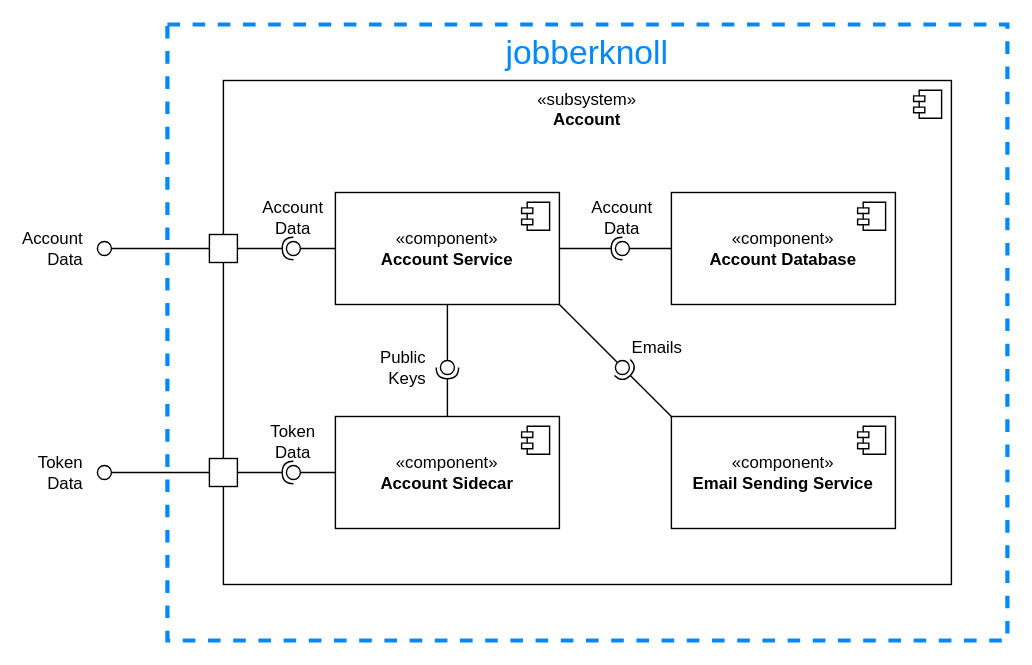
Before: documentation/course/e2/images/component-diagram-jobberknoll.drawio.svg, a diagram exported from draw.io (PWR-ACS-SE-24/SoftwareSystemDesign). Source tidied: cells renumbered, new cells last; positions are measured from the earlier drawing's top-left corner, leaving out a move shared by most shapes.
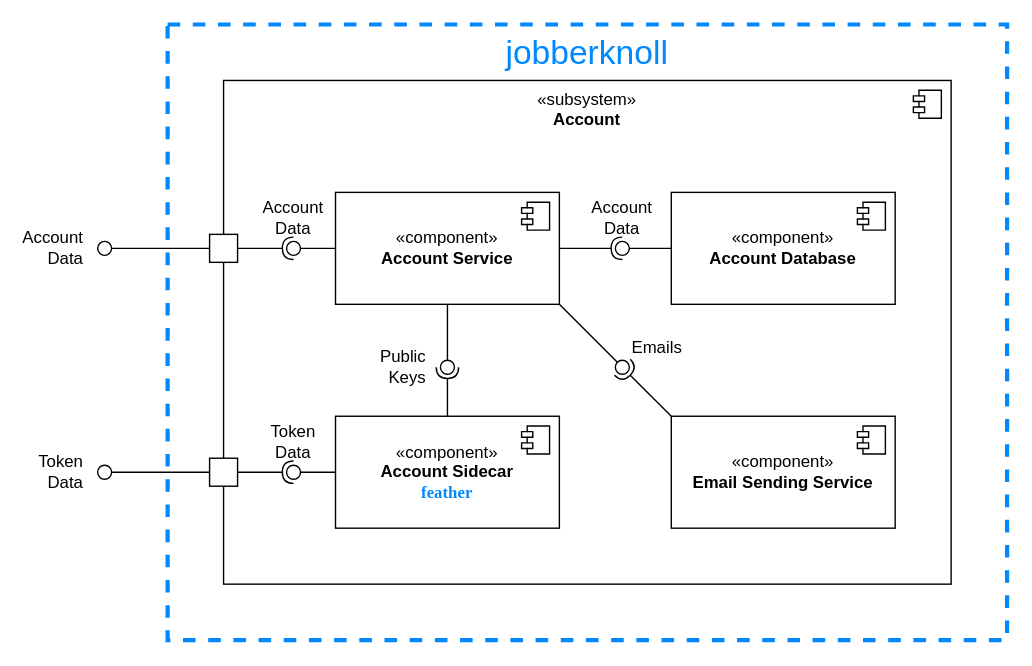
Later version of the same file.

Change to the diagram source:
```diff
@@ -29,7 +29,7 @@
         <mxPoint x="-27" y="7" as="offset" />
       </mxGeometry>
     </mxCell>
-    <mxCell id="9" value="&lt;div&gt;«component»&lt;/div&gt;&lt;div&gt;&lt;b&gt;Account Sidecar&lt;/b&gt;&lt;br&gt;&lt;/div&gt;" style="html=1;whiteSpace=wrap;" parent="1" vertex="1">
+    <mxCell id="9" value="&lt;div&gt;«component»&lt;/div&gt;&lt;div&gt;&lt;b&gt;Account Sidecar&lt;br&gt;&lt;/b&gt;&lt;font color=&quot;#0088ff&quot; face=&quot;Lucida Console&quot;&gt;&lt;b&gt;feather&lt;/b&gt;&lt;/font&gt;&lt;/div&gt;" style="html=1;whiteSpace=wrap;" parent="1" vertex="1">
       <mxGeometry x="170" y="280" width="160" height="80" as="geometry" />
     </mxCell>
     <mxCell id="10" style="shape=module;jettyWidth=8;jettyHeight=4;" parent="9" vertex="1">
```
